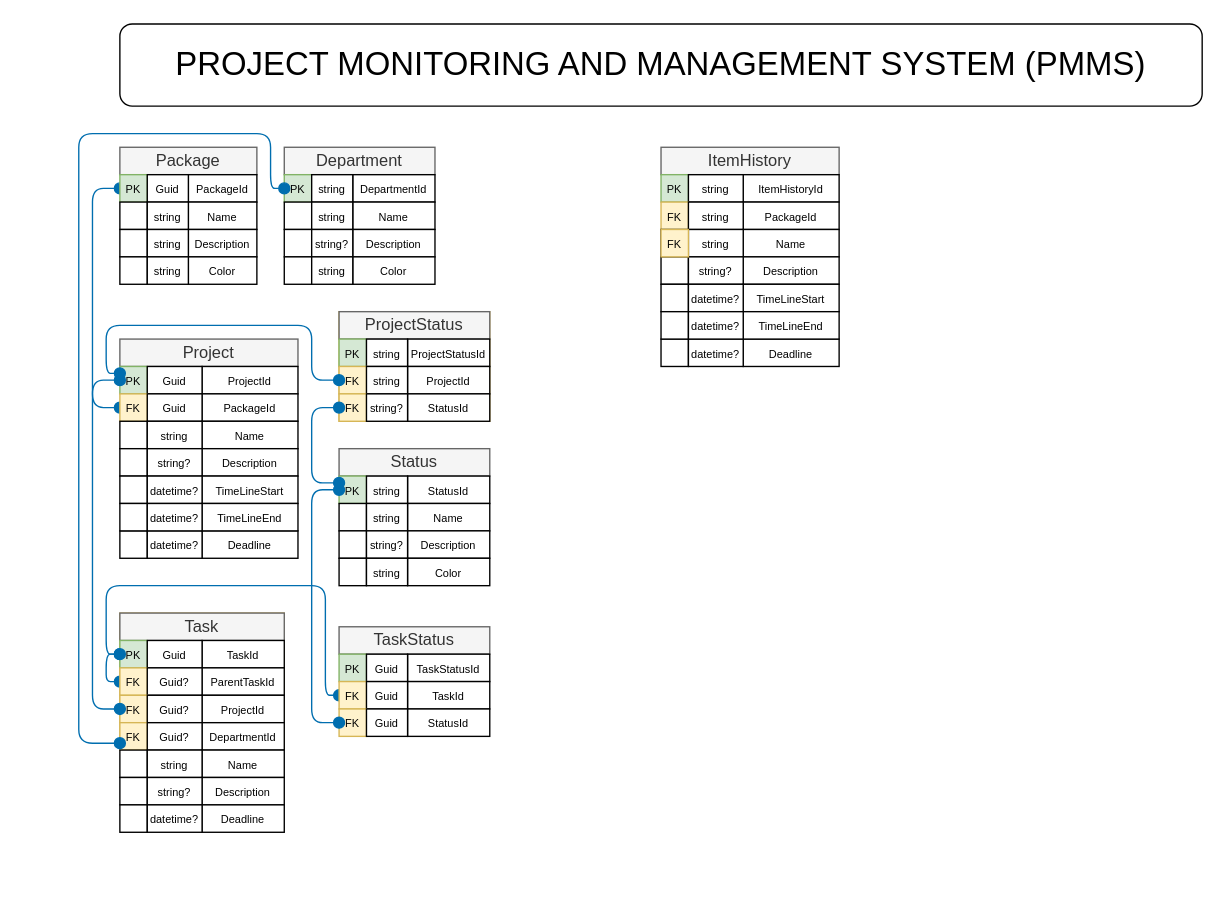
Earlier version of the draw.io diagram Untitled Diagram.drawio (B0bUy/ProjectMonitoringSystem_Server). Source tidied: cells renumbered, new cells numbered last; positions are measured from the earlier drawing's top-left corner, leaving out a move shared by most shapes. Both pictures are drawn from the tidied source at 137%, with x=0, y=0 at pixel (78, 23).
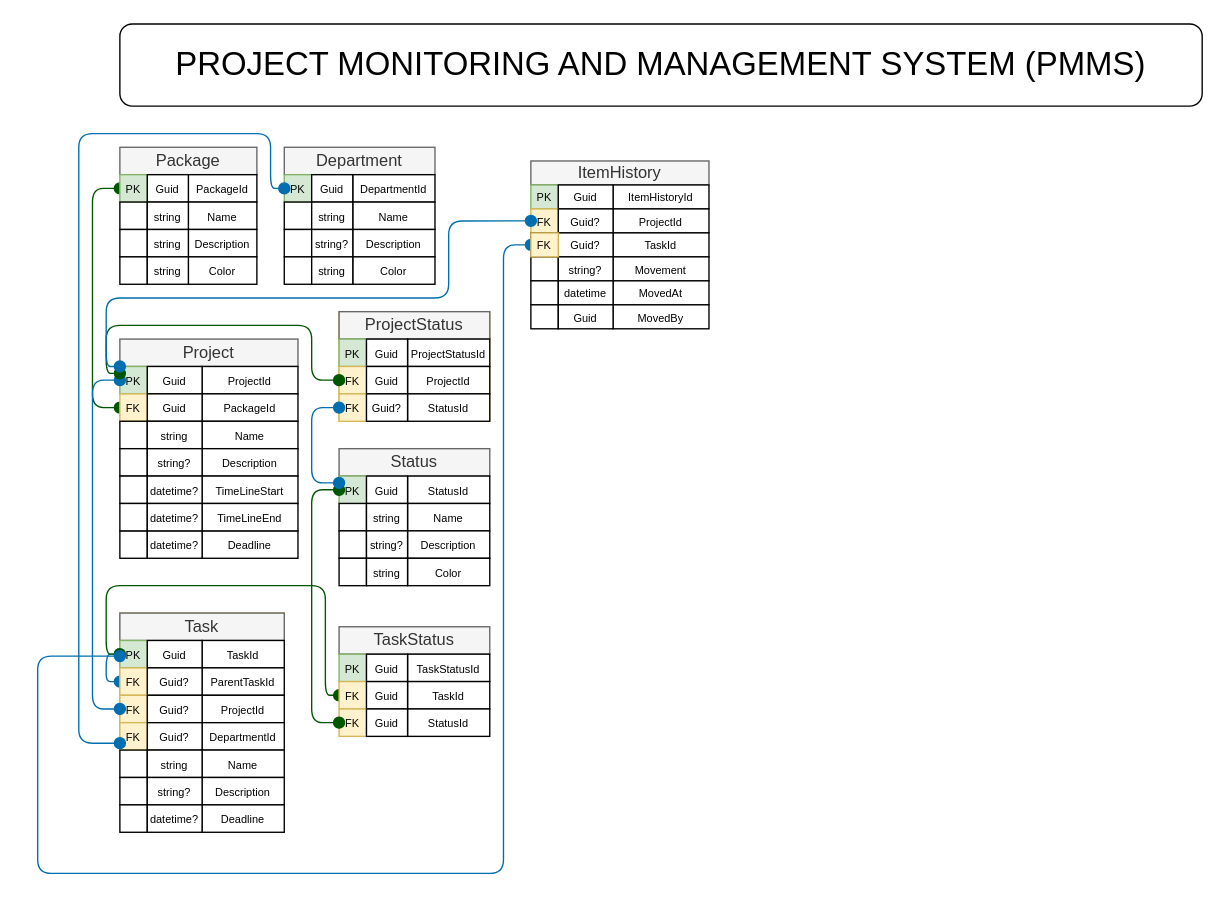
Above is the later version.

Unchanged cells that the change refers to:
```xml
<mxCell id="3" style="group;shadow=1;" parent="1" vertex="1">
  <mxGeometry x="30" y="90" width="100" height="100" as="geometry" />
</mxCell>
<mxCell id="7" value="&lt;font style=&quot;font-size: 8px;&quot;&gt;PK&lt;/font&gt;" style="rounded=0;whiteSpace=wrap;html=1;fillColor=#d5e8d4;strokeColor=#82b366;" parent="3" vertex="1">
  <mxGeometry y="20" width="20" height="20" as="geometry" />
</mxCell>
<mxCell id="25" value="&lt;font style=&quot;font-size: 8px;&quot;&gt;PK&lt;/font&gt;" style="rounded=0;whiteSpace=wrap;html=1;fillColor=#d5e8d4;strokeColor=#82b366;" parent="22" vertex="1">
  <mxGeometry y="20" width="20" height="20" as="geometry" />
</mxCell>
<mxCell id="42" style="group;" parent="1" vertex="1">
  <mxGeometry x="150" y="90" width="110" height="100" as="geometry" />
</mxCell>
<mxCell id="56" style="group;" parent="1" vertex="1">
  <mxGeometry x="190" y="310" width="110" height="100" as="geometry" />
</mxCell>
<mxCell id="59" value="&lt;font style=&quot;font-size: 8px;&quot;&gt;PK&lt;/font&gt;" style="rounded=0;whiteSpace=wrap;html=1;fillColor=#d5e8d4;strokeColor=#82b366;" parent="56" vertex="1">
  <mxGeometry y="20" width="20" height="20" as="geometry" />
</mxCell>
<mxCell id="70" style="group;fillColor=#fff2cc;strokeColor=#d6b656;" parent="1" vertex="1">
  <mxGeometry x="190" y="210" width="110" height="80" as="geometry" />
</mxCell>
<mxCell id="76" value="&lt;span style=&quot;font-size: 8px;&quot;&gt;FK&lt;/span&gt;" style="rounded=0;whiteSpace=wrap;html=1;fillColor=#fff2cc;strokeColor=#d6b656;" parent="70" vertex="1">
  <mxGeometry y="40" width="20" height="20" as="geometry" />
</mxCell>
<mxCell id="106" style="group;" parent="1" vertex="1">
  <mxGeometry x="190" y="440" width="110" height="80" as="geometry" />
</mxCell>
<mxCell id="113" value="&lt;span style=&quot;font-size: 8px;&quot;&gt;FK&lt;/span&gt;" style="rounded=0;whiteSpace=wrap;html=1;fillColor=#fff2cc;strokeColor=#d6b656;" parent="106" vertex="1">
  <mxGeometry y="40" width="20" height="20" as="geometry" />
</mxCell>
<mxCell id="116" value="&lt;span style=&quot;font-size: 8px;&quot;&gt;FK&lt;/span&gt;" style="rounded=0;whiteSpace=wrap;html=1;fillColor=#fff2cc;strokeColor=#d6b656;" parent="106" vertex="1">
  <mxGeometry y="60" width="20" height="20" as="geometry" />
</mxCell>
```

Change to the diagram source:
```diff
@@
-    <mxCell id="6" style="edgeStyle=orthogonalEdgeStyle;rounded=1;jettySize=auto;html=1;exitX=0;exitY=0.5;exitDx=0;exitDy=0;fontSize=12;startSize=8;endSize=8;curved=0;startArrow=oval;startFill=1;endArrow=oval;endFill=1;fillColor=#1ba1e2;strokeColor=#006EAF;" parent="3" edge="1" source="7">
+    <mxCell id="6" style="edgeStyle=orthogonalEdgeStyle;rounded=1;jettySize=auto;html=1;exitX=0;exitY=0.5;exitDx=0;exitDy=0;fontSize=12;startSize=8;endSize=8;curved=0;startArrow=oval;startFill=1;endArrow=oval;endFill=1;fillColor=#008a00;strokeColor=#005700;" parent="3" edge="1" source="7">
       <mxGeometry relative="1" as="geometry">
         <mxPoint y="190" as="targetPoint" />
         <Array as="points">
           <mxPoint x="-20" y="30" />
           <mxPoint x="-20" y="190" />
         </Array>
       </mxGeometry>
     </mxCell>
@@
-    <mxCell id="46" value="&lt;font style=&quot;font-size: 8px;&quot;&gt;string&lt;/font&gt;" style="rounded=0;whiteSpace=wrap;html=1;" parent="42" vertex="1">
+    <mxCell id="46" value="&lt;span style=&quot;font-size: 8px;&quot;&gt;Guid&lt;/span&gt;" style="rounded=0;whiteSpace=wrap;html=1;" parent="42" vertex="1">
       <mxGeometry x="20" y="20" width="30" height="20" as="geometry" />
     </mxCell>
@@
-    <mxCell id="60" value="&lt;font style=&quot;font-size: 8px;&quot;&gt;string&lt;/font&gt;" style="rounded=0;whiteSpace=wrap;html=1;" parent="56" vertex="1">
+    <mxCell id="60" value="&lt;span style=&quot;font-size: 8px;&quot;&gt;Guid&lt;/span&gt;" style="rounded=0;whiteSpace=wrap;html=1;" parent="56" vertex="1">
       <mxGeometry x="20" y="20" width="30" height="20" as="geometry" />
     </mxCell>
@@
-    <mxCell id="74" value="&lt;font style=&quot;font-size: 8px;&quot;&gt;string&lt;/font&gt;" style="rounded=0;whiteSpace=wrap;html=1;" parent="70" vertex="1">
+    <mxCell id="74" value="&lt;span style=&quot;font-size: 8px;&quot;&gt;Guid&lt;/span&gt;" style="rounded=0;whiteSpace=wrap;html=1;" parent="70" vertex="1">
       <mxGeometry x="20" y="20" width="30" height="20" as="geometry" />
     </mxCell>
@@
-    <mxCell id="77" value="&lt;font style=&quot;font-size: 8px;&quot;&gt;string&lt;/font&gt;" style="rounded=0;whiteSpace=wrap;html=1;" parent="70" vertex="1">
+    <mxCell id="77" value="&lt;span style=&quot;font-size: 8px;&quot;&gt;Guid&lt;/span&gt;" style="rounded=0;whiteSpace=wrap;html=1;" parent="70" vertex="1">
       <mxGeometry x="20" y="40" width="30" height="20" as="geometry" />
     </mxCell>
@@
-    <mxCell id="80" value="&lt;font style=&quot;font-size: 8px;&quot;&gt;string?&lt;/font&gt;" style="rounded=0;whiteSpace=wrap;html=1;" parent="70" vertex="1">
+    <mxCell id="80" value="&lt;font style=&quot;font-size: 8px;&quot;&gt;Guid?&lt;/font&gt;" style="rounded=0;whiteSpace=wrap;html=1;" parent="70" vertex="1">
       <mxGeometry x="20" y="60" width="30" height="20" as="geometry" />
     </mxCell>
@@
-    <mxCell id="112" style="edgeStyle=orthogonalEdgeStyle;shape=connector;curved=0;rounded=1;jettySize=auto;html=1;exitX=0;exitY=0.5;exitDx=0;exitDy=0;strokeColor=#006EAF;align=center;verticalAlign=middle;fontFamily=Helvetica;fontSize=12;fontColor=default;labelBackgroundColor=default;startArrow=oval;startFill=1;startSize=8;endArrow=oval;endFill=1;endSize=8;fillColor=#1ba1e2;" parent="106" edge="1" source="113">
+    <mxCell id="112" style="edgeStyle=orthogonalEdgeStyle;shape=connector;curved=0;rounded=1;jettySize=auto;html=1;exitX=0;exitY=0.5;exitDx=0;exitDy=0;strokeColor=#005700;align=center;verticalAlign=middle;fontFamily=Helvetica;fontSize=12;fontColor=default;labelBackgroundColor=default;startArrow=oval;startFill=1;startSize=8;endArrow=oval;endFill=1;endSize=8;fillColor=#008a00;" parent="106" edge="1" source="113">
       <mxGeometry relative="1" as="geometry">
         <mxPoint x="-160" y="20" as="targetPoint" />
         <Array as="points">
           <mxPoint x="-10" y="50" />
           <mxPoint x="-10" y="-30" />
           <mxPoint x="-170" y="-30" />
           <mxPoint x="-170" y="20" />
         </Array>
       </mxGeometry>
     </mxCell>
@@
-    <mxCell id="121" style="edgeStyle=orthogonalEdgeStyle;shape=connector;curved=0;rounded=1;jettySize=auto;html=1;exitX=0;exitY=0.5;exitDx=0;exitDy=0;entryX=0;entryY=0.5;entryDx=0;entryDy=0;strokeColor=#006EAF;align=center;verticalAlign=middle;fontFamily=Helvetica;fontSize=12;fontColor=default;labelBackgroundColor=default;startArrow=oval;startFill=1;startSize=8;endArrow=oval;endFill=1;endSize=8;fillColor=#1ba1e2;" parent="1" edge="1" source="116" target="59">
+    <mxCell id="121" style="edgeStyle=orthogonalEdgeStyle;shape=connector;curved=0;rounded=1;jettySize=auto;html=1;exitX=0;exitY=0.5;exitDx=0;exitDy=0;entryX=0;entryY=0.5;entryDx=0;entryDy=0;strokeColor=#005700;align=center;verticalAlign=middle;fontFamily=Helvetica;fontSize=12;fontColor=default;labelBackgroundColor=default;startArrow=oval;startFill=1;startSize=8;endArrow=oval;endFill=1;endSize=8;fillColor=#008a00;" parent="1" edge="1" source="116" target="59">
       <mxGeometry relative="1" as="geometry" />
     </mxCell>
@@
-    <mxCell id="123" style="edgeStyle=orthogonalEdgeStyle;shape=connector;curved=0;rounded=1;jettySize=auto;html=1;exitX=0;exitY=0.5;exitDx=0;exitDy=0;entryX=0;entryY=0.25;entryDx=0;entryDy=0;strokeColor=#006EAF;align=center;verticalAlign=middle;fontFamily=Helvetica;fontSize=12;fontColor=default;labelBackgroundColor=default;startArrow=oval;startFill=1;startSize=8;endArrow=oval;endFill=1;endSize=8;fillColor=#1ba1e2;" parent="1" edge="1" source="76" target="25">
+    <mxCell id="123" style="edgeStyle=orthogonalEdgeStyle;shape=connector;curved=0;rounded=1;jettySize=auto;html=1;exitX=0;exitY=0.5;exitDx=0;exitDy=0;entryX=0;entryY=0.25;entryDx=0;entryDy=0;strokeColor=#005700;align=center;verticalAlign=middle;fontFamily=Helvetica;fontSize=12;fontColor=default;labelBackgroundColor=default;startArrow=oval;startFill=1;startSize=8;endArrow=oval;endFill=1;endSize=8;fillColor=#008a00;" parent="1" edge="1" source="76" target="25">
       <mxGeometry relative="1" as="geometry">
         <Array as="points">
           <mxPoint x="170" y="260" />
           <mxPoint x="170" y="220" />
           <mxPoint x="20" y="220" />
           <mxPoint x="20" y="255" />
         </Array>
       </mxGeometry>
     </mxCell>
     <mxCell id="124" style="group;" parent="1" vertex="1">
-      <mxGeometry x="425" y="90" width="130" height="160" as="geometry" />
+      <mxGeometry x="330" y="100" width="130" height="140" as="geometry" />
     </mxCell>
-    <mxCell id="125" value="&lt;font style=&quot;font-size: 8px;&quot;&gt;Deadline&lt;/font&gt;" style="rounded=0;whiteSpace=wrap;html=1;" parent="124" vertex="1">
-      <mxGeometry x="60" y="140" width="70" height="20" as="geometry" />
-    </mxCell>
-    <mxCell id="126" style="rounded=0;whiteSpace=wrap;html=1;" parent="124" vertex="1">
-      <mxGeometry y="140" width="20" height="20" as="geometry" />
-    </mxCell>
-    <mxCell id="127" value="&lt;span style=&quot;font-size: 8px;&quot;&gt;datetime?&lt;/span&gt;" style="rounded=0;whiteSpace=wrap;html=1;" parent="124" vertex="1">
-      <mxGeometry x="20" y="140" width="40" height="20" as="geometry" />
-    </mxCell>
     <mxCell id="128" style="group;" parent="124" vertex="1">
-      <mxGeometry width="130" height="140" as="geometry" />
+      <mxGeometry width="130" height="122.5" as="geometry" />
     </mxCell>
     <mxCell id="129" value="ItemHistory" style="rounded=0;whiteSpace=wrap;html=1;fillColor=#f5f5f5;fontColor=#333333;strokeColor=#666666;" parent="128" vertex="1">
-      <mxGeometry width="130" height="20" as="geometry" />
+      <mxGeometry width="130" height="17.5" as="geometry" />
     </mxCell>
     <mxCell id="130" value="&lt;font style=&quot;font-size: 8px;&quot;&gt;ItemHistoryId&lt;/font&gt;" style="rounded=0;whiteSpace=wrap;html=1;" parent="128" vertex="1">
-      <mxGeometry x="60" y="20" width="70" height="20" as="geometry" />
+      <mxGeometry x="60" y="17.5" width="70" height="17.5" as="geometry" />
     </mxCell>
     <mxCell id="131" value="&lt;font style=&quot;font-size: 8px;&quot;&gt;PK&lt;/font&gt;" style="rounded=0;whiteSpace=wrap;html=1;fillColor=#d5e8d4;strokeColor=#82b366;" parent="128" vertex="1">
-      <mxGeometry y="20" width="20" height="20" as="geometry" />
+      <mxGeometry y="17.5" width="20" height="17.5" as="geometry" />
     </mxCell>
-    <mxCell id="132" value="&lt;font style=&quot;font-size: 8px;&quot;&gt;string&lt;/font&gt;" style="rounded=0;whiteSpace=wrap;html=1;" parent="128" vertex="1">
-      <mxGeometry x="20" y="20" width="40" height="20" as="geometry" />
+    <mxCell id="132" value="&lt;span style=&quot;font-size: 8px;&quot;&gt;Guid&lt;/span&gt;" style="rounded=0;whiteSpace=wrap;html=1;" parent="128" vertex="1">
+      <mxGeometry x="20" y="17.5" width="40" height="17.5" as="geometry" />
     </mxCell>
-    <mxCell id="133" value="&lt;font style=&quot;font-size: 8px;&quot;&gt;PackageId&lt;/font&gt;" style="rounded=0;whiteSpace=wrap;html=1;" parent="128" vertex="1">
-      <mxGeometry x="60" y="40" width="70" height="20" as="geometry" />
+    <mxCell id="133" value="&lt;font style=&quot;font-size: 8px;&quot;&gt;ProjectId&lt;/font&gt;" style="rounded=0;whiteSpace=wrap;html=1;" parent="128" vertex="1">
+      <mxGeometry x="60" y="35" width="70" height="17.5" as="geometry" />
     </mxCell>
     <mxCell id="134" value="&lt;font style=&quot;font-size: 8px;&quot;&gt;FK&lt;/font&gt;" style="rounded=0;whiteSpace=wrap;html=1;fillColor=#fff2cc;strokeColor=#d6b656;" parent="128" vertex="1">
-      <mxGeometry y="40" width="20" height="20" as="geometry" />
+      <mxGeometry y="35" width="20" height="17.5" as="geometry" />
     </mxCell>
-    <mxCell id="135" value="&lt;font style=&quot;font-size: 8px;&quot;&gt;string&lt;/font&gt;" style="rounded=0;whiteSpace=wrap;html=1;" parent="128" vertex="1">
-      <mxGeometry x="20" y="40" width="40" height="20" as="geometry" />
+    <mxCell id="135" value="&lt;span style=&quot;font-size: 8px;&quot;&gt;Guid?&lt;/span&gt;" style="rounded=0;whiteSpace=wrap;html=1;" parent="128" vertex="1">
+      <mxGeometry x="20" y="35" width="40" height="17.5" as="geometry" />
     </mxCell>
-    <mxCell id="136" value="&lt;font style=&quot;font-size: 8px;&quot;&gt;Name&lt;/font&gt;" style="rounded=0;whiteSpace=wrap;html=1;" parent="128" vertex="1">
-      <mxGeometry x="60" y="60" width="70" height="20" as="geometry" />
+    <mxCell id="136" value="&lt;span style=&quot;font-size: 8px;&quot;&gt;TaskId&lt;/span&gt;" style="rounded=0;whiteSpace=wrap;html=1;" parent="128" vertex="1">
+      <mxGeometry x="60" y="52.5" width="70" height="17.5" as="geometry" />
     </mxCell>
     <mxCell id="137" style="rounded=0;whiteSpace=wrap;html=1;" parent="128" vertex="1">
-      <mxGeometry y="60" width="20" height="20" as="geometry" />
+      <mxGeometry y="52.5" width="20" height="17.5" as="geometry" />
     </mxCell>
-    <mxCell id="138" value="&lt;font style=&quot;font-size: 8px;&quot;&gt;string&lt;/font&gt;" style="rounded=0;whiteSpace=wrap;html=1;" parent="128" vertex="1">
-      <mxGeometry x="20" y="60" width="40" height="20" as="geometry" />
+    <mxCell id="138" value="&lt;span style=&quot;font-size: 8px;&quot;&gt;Guid?&lt;/span&gt;" style="rounded=0;whiteSpace=wrap;html=1;" parent="128" vertex="1">
+      <mxGeometry x="20" y="52.5" width="40" height="17.5" as="geometry" />
     </mxCell>
-    <mxCell id="139" value="&lt;font style=&quot;font-size: 8px;&quot;&gt;Description&lt;/font&gt;" style="rounded=0;whiteSpace=wrap;html=1;" parent="128" vertex="1">
-      <mxGeometry x="60" y="80" width="70" height="20" as="geometry" />
+    <mxCell id="139" value="&lt;font style=&quot;font-size: 8px;&quot;&gt;Movement&lt;/font&gt;" style="rounded=0;whiteSpace=wrap;html=1;" parent="128" vertex="1">
+      <mxGeometry x="60" y="70" width="70" height="17.5" as="geometry" />
     </mxCell>
     <mxCell id="140" style="rounded=0;whiteSpace=wrap;html=1;" parent="128" vertex="1">
-      <mxGeometry y="80" width="20" height="20" as="geometry" />
+      <mxGeometry y="70" width="20" height="17.5" as="geometry" />
     </mxCell>
     <mxCell id="141" value="&lt;font style=&quot;font-size: 8px;&quot;&gt;string?&lt;/font&gt;" style="rounded=0;whiteSpace=wrap;html=1;" parent="128" vertex="1">
-      <mxGeometry x="20" y="80" width="40" height="20" as="geometry" />
+      <mxGeometry x="20" y="70" width="40" height="17.5" as="geometry" />
     </mxCell>
-    <mxCell id="142" value="&lt;font style=&quot;font-size: 8px;&quot;&gt;TimeLineStart&lt;/font&gt;" style="rounded=0;whiteSpace=wrap;html=1;" parent="128" vertex="1">
-      <mxGeometry x="60" y="100" width="70" height="20" as="geometry" />
+    <mxCell id="142" value="&lt;font style=&quot;font-size: 8px;&quot;&gt;MovedAt&lt;/font&gt;" style="rounded=0;whiteSpace=wrap;html=1;" parent="128" vertex="1">
+      <mxGeometry x="60" y="87.5" width="70" height="17.5" as="geometry" />
     </mxCell>
     <mxCell id="143" style="rounded=0;whiteSpace=wrap;html=1;" parent="128" vertex="1">
-      <mxGeometry y="100" width="20" height="20" as="geometry" />
+      <mxGeometry y="87.5" width="20" height="17.5" as="geometry" />
     </mxCell>
-    <mxCell id="144" value="&lt;span style=&quot;font-size: 8px;&quot;&gt;datetime?&lt;/span&gt;" style="rounded=0;whiteSpace=wrap;html=1;" parent="128" vertex="1">
-      <mxGeometry x="20" y="100" width="40" height="20" as="geometry" />
+    <mxCell id="144" value="&lt;span style=&quot;font-size: 8px;&quot;&gt;datetime&lt;/span&gt;" style="rounded=0;whiteSpace=wrap;html=1;" parent="128" vertex="1">
+      <mxGeometry x="20" y="87.5" width="40" height="17.5" as="geometry" />
     </mxCell>
-    <mxCell id="145" value="&lt;span style=&quot;font-size: 8px;&quot;&gt;TimeLineEnd&lt;/span&gt;" style="rounded=0;whiteSpace=wrap;html=1;" parent="128" vertex="1">
-      <mxGeometry x="60" y="120" width="70" height="20" as="geometry" />
+    <mxCell id="145" value="&lt;span style=&quot;font-size: 8px;&quot;&gt;MovedBy&lt;/span&gt;" style="rounded=0;whiteSpace=wrap;html=1;" parent="128" vertex="1">
+      <mxGeometry x="60" y="105" width="70" height="17.5" as="geometry" />
     </mxCell>
     <mxCell id="146" style="rounded=0;whiteSpace=wrap;html=1;" parent="128" vertex="1">
-      <mxGeometry y="120" width="20" height="20" as="geometry" />
+      <mxGeometry y="105" width="20" height="17.5" as="geometry" />
     </mxCell>
-    <mxCell id="147" value="&lt;span style=&quot;font-size: 8px;&quot;&gt;datetime?&lt;/span&gt;" style="rounded=0;whiteSpace=wrap;html=1;" parent="128" vertex="1">
-      <mxGeometry x="20" y="120" width="40" height="20" as="geometry" />
+    <mxCell id="147" value="&lt;span style=&quot;font-size: 8px;&quot;&gt;Guid&lt;/span&gt;" style="rounded=0;whiteSpace=wrap;html=1;" parent="128" vertex="1">
+      <mxGeometry x="20" y="105" width="40" height="17.5" as="geometry" />
     </mxCell>
+    <mxCell id="149" style="edgeStyle=orthogonalEdgeStyle;shape=connector;curved=0;rounded=1;jettySize=auto;html=1;exitX=0;exitY=0.5;exitDx=0;exitDy=0;strokeColor=#006EAF;align=center;verticalAlign=middle;fontFamily=Helvetica;fontSize=12;fontColor=default;labelBackgroundColor=default;startArrow=oval;startFill=1;startSize=8;endArrow=oval;endFill=1;endSize=8;fillColor=#1ba1e2;" parent="128" edge="1" source="148">
+      <mxGeometry relative="1" as="geometry">
+        <mxPoint x="-300" y="361.4" as="targetPoint" />
+        <Array as="points">
+          <mxPoint x="-20" y="61" />
+          <mxPoint x="-20" y="520" />
+          <mxPoint x="-360" y="520" />
+          <mxPoint x="-360" y="361" />
+        </Array>
+      </mxGeometry>
+    </mxCell>
     <mxCell id="148" value="&lt;font style=&quot;font-size: 8px;&quot;&gt;FK&lt;/font&gt;" style="rounded=0;whiteSpace=wrap;html=1;fillColor=#fff2cc;strokeColor=#d6b656;" parent="128" vertex="1">
-      <mxGeometry y="60" width="20" height="20" as="geometry" />
+      <mxGeometry y="52.5" width="20" height="17.5" as="geometry" />
     </mxCell>
+    <mxCell id="150" style="edgeStyle=orthogonalEdgeStyle;shape=connector;curved=0;rounded=1;jettySize=auto;html=1;exitX=0;exitY=0.5;exitDx=0;exitDy=0;entryX=0;entryY=0;entryDx=0;entryDy=0;strokeColor=#006EAF;align=center;verticalAlign=middle;fontFamily=Helvetica;fontSize=12;fontColor=default;labelBackgroundColor=default;startArrow=oval;startFill=1;startSize=8;endArrow=oval;endFill=1;endSize=8;fillColor=#1ba1e2;" parent="1" edge="1" source="134" target="25">
+      <mxGeometry relative="1" as="geometry">
+        <Array as="points">
+          <mxPoint x="270" y="144" />
+          <mxPoint x="270" y="200" />
+          <mxPoint x="20" y="200" />
+          <mxPoint x="20" y="250" />
+        </Array>
+      </mxGeometry>
+    </mxCell>
```
